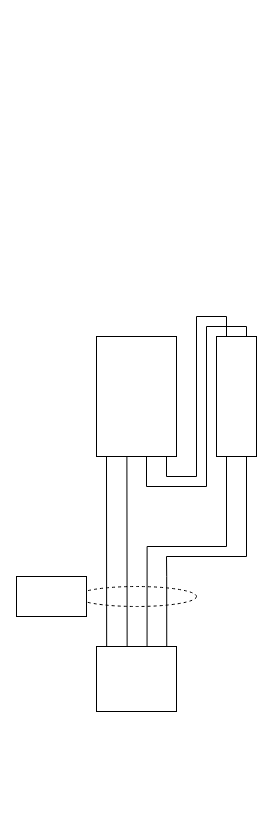
Earlier version of the draw.io diagram smart-evse/smartevse.drawio (SimonvanderMarel/DrawIO-stuff). Source tidied: cells renumbered, new cells numbered last; positions are measured from the earlier drawing's top-left corner, leaving out a move shared by most shapes. Both pictures are drawn from the tidied source at 100%, with x=0, y=0 at pixel (16, 316).
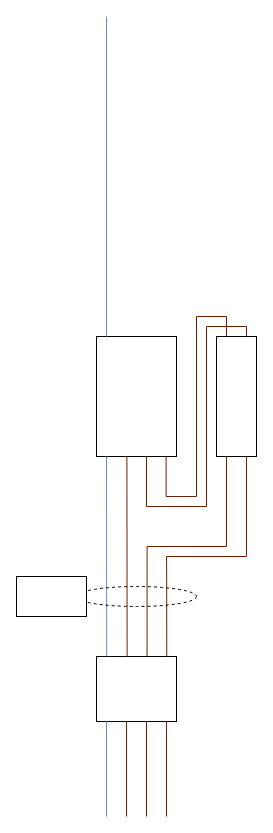
The same page after the edit.

Unchanged cells that the change refers to:
```xml
<mxCell id="3" style="rounded=0;whiteSpace=wrap;html=1;" parent="1" vertex="1">
  <mxGeometry x="80" y="20" width="80" height="120" as="geometry" />
</mxCell>
<mxCell id="4" style="rounded=0;whiteSpace=wrap;html=1;" parent="1" vertex="1">
  <mxGeometry x="200" y="20" width="40" height="120" as="geometry" />
</mxCell>
```

Diff of the diagram source:
```diff
@@
-    <mxCell id="2" style="edgeStyle=orthogonalEdgeStyle;rounded=0;jettySize=auto;html=1;exitX=0.75;exitY=1;exitDx=0;exitDy=0;entryX=0.25;entryY=0;entryDx=0;entryDy=0;endArrow=none;endFill=0;" parent="1" edge="1" source="3" target="4">
+    <mxCell id="2" style="edgeStyle=orthogonalEdgeStyle;rounded=0;jettySize=auto;html=1;exitX=0.87;exitY=1.002;exitDx=0;exitDy=0;entryX=0.25;entryY=0;entryDx=0;entryDy=0;endArrow=none;endFill=0;fillColor=#a0522d;strokeColor=#6D1F00;exitPerimeter=0;" parent="1" edge="1" source="3" target="4">
       <mxGeometry relative="1" as="geometry">
         <Array as="points">
-          <mxPoint x="150" y="140" />
-          <mxPoint x="150" y="160" />
-          <mxPoint x="180" y="160" />
+          <mxPoint x="149.6" y="180" />
+          <mxPoint x="180" y="180" />
           <mxPoint x="180" />
           <mxPoint x="210" />
         </Array>
       </mxGeometry>
     </mxCell>
@@
-    <mxCell id="5" style="edgeStyle=orthogonalEdgeStyle;rounded=0;jettySize=auto;html=1;exitX=0.75;exitY=1;exitDx=0;exitDy=0;entryX=0.75;entryY=0;entryDx=0;entryDy=0;endArrow=none;endFill=0;" parent="1" edge="1" source="3" target="4">
+    <mxCell id="5" style="edgeStyle=orthogonalEdgeStyle;rounded=0;jettySize=auto;html=1;entryX=0.75;entryY=0;entryDx=0;entryDy=0;endArrow=none;endFill=0;fillColor=#a0522d;strokeColor=#6D1F00;" parent="1" edge="1" target="4">
       <mxGeometry relative="1" as="geometry">
+        <mxPoint x="130" y="140" as="sourcePoint" />
         <Array as="points">
-          <mxPoint x="130" y="140" />
-          <mxPoint x="130" y="170" />
-          <mxPoint x="190" y="170" />
+          <mxPoint x="130" y="190" />
+          <mxPoint x="190" y="190" />
           <mxPoint x="190" y="10" />
           <mxPoint x="230" y="10" />
         </Array>
       </mxGeometry>
     </mxCell>
     <mxCell id="6" style="rounded=0;whiteSpace=wrap;html=1;" parent="1" vertex="1">
-      <mxGeometry x="80" y="330" width="80" height="65" as="geometry" />
+      <mxGeometry x="80" y="340" width="80" height="65" as="geometry" />
     </mxCell>
-    <mxCell id="7" style="endArrow=none;html=1;rounded=0;entryX=0.38;entryY=1.001;entryDx=0;entryDy=0;entryPerimeter=0;exitX=0.383;exitY=0.005;exitDx=0;exitDy=0;exitPerimeter=0;" parent="1" edge="1" source="6" target="3">
+    <mxCell id="7" style="endArrow=none;html=1;rounded=0;entryX=0.38;entryY=1.001;entryDx=0;entryDy=0;entryPerimeter=0;exitX=0.383;exitY=0.005;exitDx=0;exitDy=0;exitPerimeter=0;fillColor=#a0522d;strokeColor=#6D1F00;" parent="1" edge="1" source="6" target="3">
       <mxGeometry relative="1" as="geometry" />
     </mxCell>
-    <mxCell id="8" style="edgeStyle=orthogonalEdgeStyle;rounded=0;jettySize=auto;html=1;exitX=0.632;exitY=-0.005;exitDx=0;exitDy=0;entryX=0.25;entryY=1;entryDx=0;entryDy=0;endArrow=none;endFill=0;exitPerimeter=0;" parent="1" edge="1" source="6" target="4">
+    <mxCell id="8" style="edgeStyle=orthogonalEdgeStyle;rounded=0;jettySize=auto;html=1;exitX=0.632;exitY=-0.005;exitDx=0;exitDy=0;entryX=0.25;entryY=1;entryDx=0;entryDy=0;endArrow=none;endFill=0;exitPerimeter=0;fillColor=#a0522d;strokeColor=#6D1F00;" parent="1" edge="1" source="6" target="4">
       <mxGeometry relative="1" as="geometry">
         <Array as="points">
           <mxPoint x="130.6" y="230" />
           <mxPoint x="210" y="230" />
         </Array>
       </mxGeometry>
     </mxCell>
-    <mxCell id="9" style="edgeStyle=orthogonalEdgeStyle;rounded=0;jettySize=auto;html=1;exitX=0.878;exitY=0.004;exitDx=0;exitDy=0;entryX=0.75;entryY=1;entryDx=0;entryDy=0;endArrow=none;endFill=0;exitPerimeter=0;" parent="1" edge="1" source="6" target="4">
+    <mxCell id="9" style="edgeStyle=orthogonalEdgeStyle;rounded=0;jettySize=auto;html=1;exitX=0.878;exitY=0.004;exitDx=0;exitDy=0;entryX=0.75;entryY=1;entryDx=0;entryDy=0;endArrow=none;endFill=0;exitPerimeter=0;fillColor=#a0522d;strokeColor=#6D1F00;" parent="1" edge="1" source="6" target="4">
       <mxGeometry relative="1" as="geometry">
         <Array as="points">
           <mxPoint x="150.2" y="259.9" />
           <mxPoint x="150" y="240" />
           <mxPoint x="230" y="240" />
         </Array>
       </mxGeometry>
     </mxCell>
-    <mxCell id="10" style="endArrow=none;html=1;rounded=0;entryX=0.38;entryY=1.001;entryDx=0;entryDy=0;entryPerimeter=0;exitX=0.127;exitY=-0.001;exitDx=0;exitDy=0;exitPerimeter=0;" parent="1" edge="1" source="6">
+    <mxCell id="10" style="endArrow=none;html=1;rounded=0;entryX=0.38;entryY=1.001;entryDx=0;entryDy=0;entryPerimeter=0;exitX=0.127;exitY=-0.001;exitDx=0;exitDy=0;exitPerimeter=0;fillColor=#dae8fc;strokeColor=#6c8ebf;" parent="1" edge="1" source="6">
       <mxGeometry relative="1" as="geometry">
         <mxPoint x="90" y="140" as="targetPoint" />
       </mxGeometry>
     </mxCell>
@@
+    <mxCell id="13" style="endArrow=none;html=1;rounded=0;exitX=0.127;exitY=-0.001;exitDx=0;exitDy=0;exitPerimeter=0;fillColor=#dae8fc;strokeColor=#6c8ebf;" parent="1" edge="1">
+      <mxGeometry relative="1" as="geometry">
+        <mxPoint x="90" y="20" as="sourcePoint" />
+        <mxPoint x="90" y="-300" as="targetPoint" />
+      </mxGeometry>
+    </mxCell>
+    <mxCell id="14" style="endArrow=none;html=1;rounded=0;entryX=0.38;entryY=1.001;entryDx=0;entryDy=0;entryPerimeter=0;fillColor=#a0522d;strokeColor=#6D1F00;" parent="1" edge="1">
+      <mxGeometry relative="1" as="geometry">
+        <mxPoint x="110" y="500" as="sourcePoint" />
+        <mxPoint x="110" y="405" as="targetPoint" />
+      </mxGeometry>
+    </mxCell>
+    <mxCell id="15" style="endArrow=none;html=1;rounded=0;entryX=0.38;entryY=1.001;entryDx=0;entryDy=0;entryPerimeter=0;fillColor=#dae8fc;strokeColor=#6c8ebf;" parent="1" edge="1">
+      <mxGeometry relative="1" as="geometry">
+        <mxPoint x="90" y="500" as="sourcePoint" />
+        <mxPoint x="90" y="405" as="targetPoint" />
+      </mxGeometry>
+    </mxCell>
+    <mxCell id="16" style="endArrow=none;html=1;rounded=0;entryX=0.38;entryY=1.001;entryDx=0;entryDy=0;entryPerimeter=0;fillColor=#a0522d;strokeColor=#6D1F00;" parent="1" edge="1">
+      <mxGeometry relative="1" as="geometry">
+        <mxPoint x="130" y="500" as="sourcePoint" />
+        <mxPoint x="130" y="405" as="targetPoint" />
+      </mxGeometry>
+    </mxCell>
+    <mxCell id="17" style="endArrow=none;html=1;rounded=0;entryX=0.38;entryY=1.001;entryDx=0;entryDy=0;entryPerimeter=0;fillColor=#a0522d;strokeColor=#6D1F00;" parent="1" edge="1">
+      <mxGeometry relative="1" as="geometry">
+        <mxPoint x="150" y="500" as="sourcePoint" />
+        <mxPoint x="150" y="405" as="targetPoint" />
+      </mxGeometry>
+    </mxCell>
```
